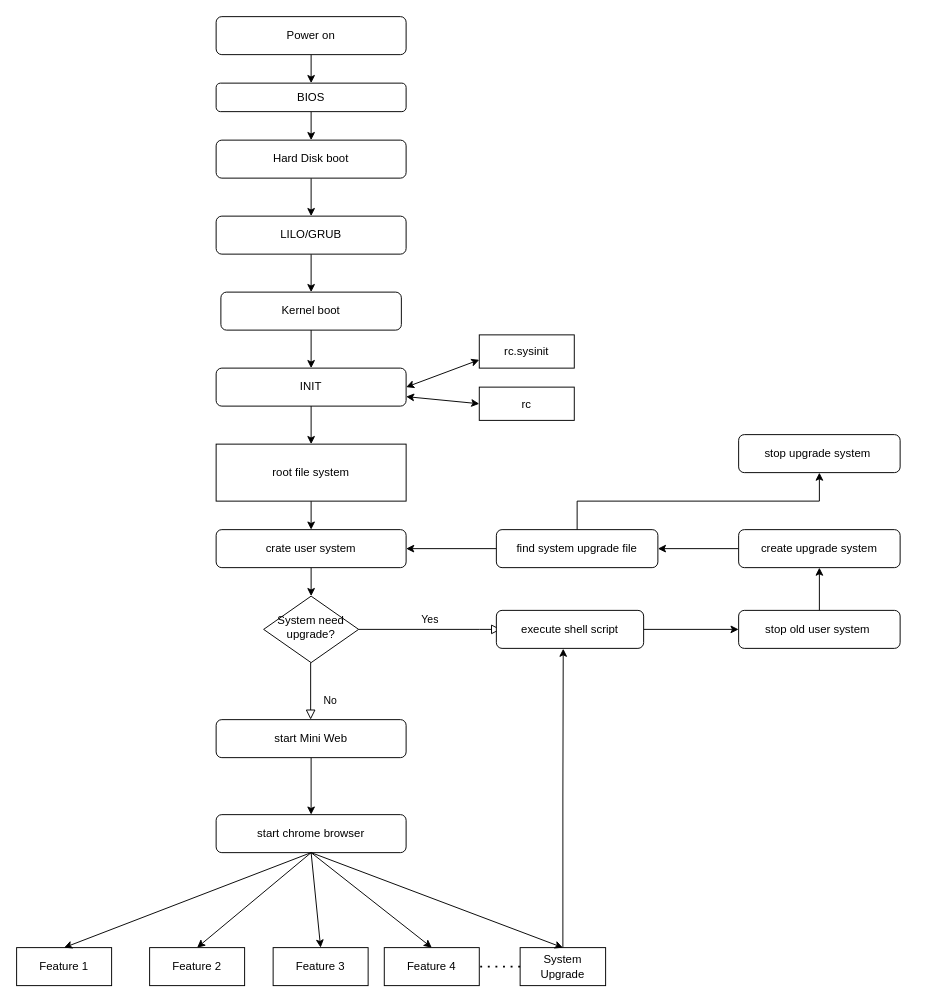
The draw.io diagram Untitled Diagram.drawio in UMkevin/LearnGitCode, before the edit. Source tidied: cells renumbered, new cells numbered last; positions are measured from the earlier drawing's top-left corner, leaving out a move shared by most shapes. Both pictures are drawn from the tidied source at 95%, with x=0, y=0 at pixel (16, 16).
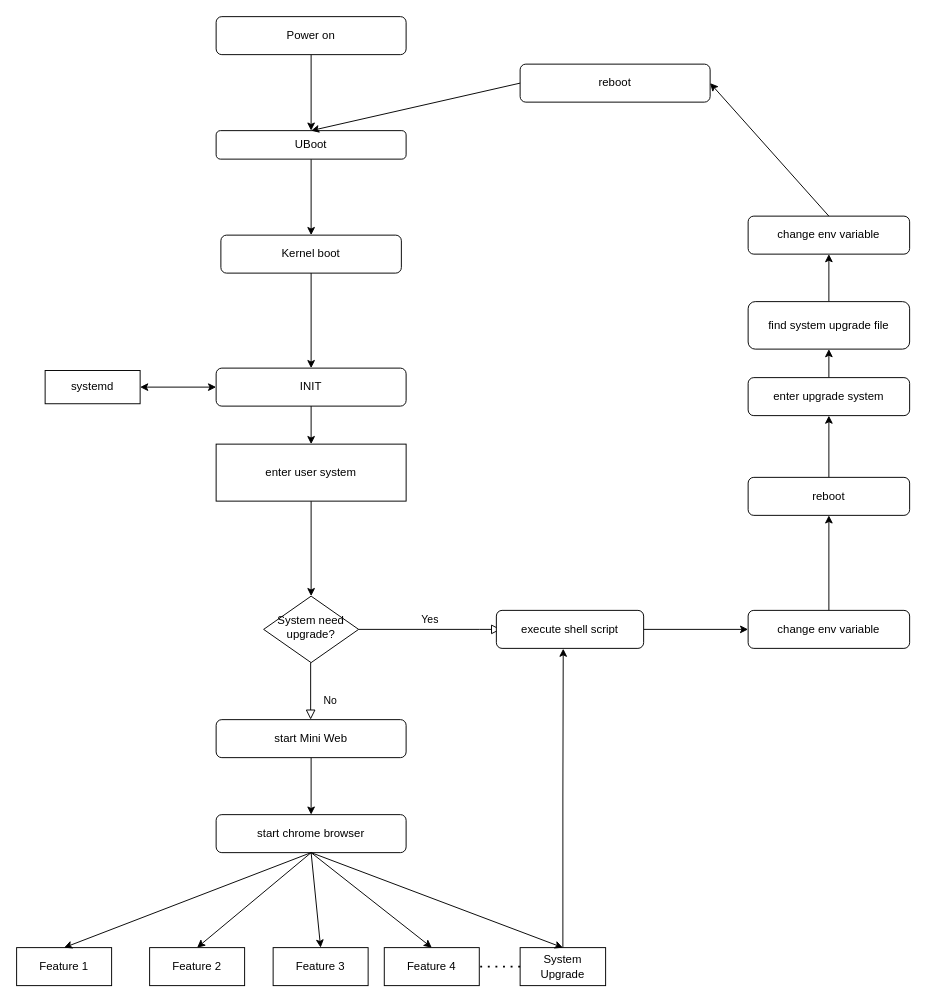
The same diagram, later.

The change refers to these unchanged cells:
```xml
<mxCell id="13" value="INIT" style="rounded=1;whiteSpace=wrap;html=1;" parent="1" vertex="1">
  <mxGeometry x="210" y="370" width="200" height="40" as="geometry" />
</mxCell>
<mxCell id="35" value="System need upgrade?" style="rhombus;whiteSpace=wrap;html=1;shadow=0;fontFamily=Helvetica;fontSize=12;align=center;strokeWidth=1;spacing=6;spacingTop=-4;" parent="1" vertex="1">
  <mxGeometry x="260" y="610" width="100" height="70" as="geometry" />
</mxCell>
```

What changed in the source:
```diff
@@
-    <mxCell id="4" style="edgeStyle=orthogonalEdgeStyle;rounded=0;jettySize=auto;html=1;exitX=0.5;exitY=1;exitDx=0;exitDy=0;entryX=0.5;entryY=0;entryDx=0;entryDy=0;" parent="1" edge="1" source="5" target="7">
-      <mxGeometry relative="1" as="geometry" />
-    </mxCell>
+    <mxCell id="50" style="edgeStyle=orthogonalEdgeStyle;rounded=0;jettySize=auto;html=1;exitX=0.5;exitY=1;exitDx=0;exitDy=0;entryX=0.5;entryY=0;entryDx=0;entryDy=0;" parent="1" edge="1" source="5" target="11">
+      <mxGeometry relative="1" as="geometry" />
+    </mxCell>
-    <mxCell id="5" value="BIOS" style="rounded=1;whiteSpace=wrap;html=1;" parent="1" vertex="1">
-      <mxGeometry x="210" y="70" width="200" height="30" as="geometry" />
+    <mxCell id="5" value="UBoot" style="rounded=1;whiteSpace=wrap;html=1;" parent="1" vertex="1">
+      <mxGeometry x="210" y="120" width="200" height="30" as="geometry" />
     </mxCell>
-    <mxCell id="6" style="edgeStyle=orthogonalEdgeStyle;rounded=0;jettySize=auto;html=1;exitX=0.5;exitY=1;exitDx=0;exitDy=0;entryX=0.5;entryY=0;entryDx=0;entryDy=0;" parent="1" edge="1" source="7" target="9">
-      <mxGeometry relative="1" as="geometry" />
-    </mxCell>
-    <mxCell id="7" value="Hard Disk boot" style="rounded=1;whiteSpace=wrap;html=1;" parent="1" vertex="1">
-      <mxGeometry x="210" y="130" width="200" height="40" as="geometry" />
-    </mxCell>
-    <mxCell id="8" style="edgeStyle=orthogonalEdgeStyle;rounded=0;jettySize=auto;html=1;exitX=0.5;exitY=1;exitDx=0;exitDy=0;" parent="1" edge="1" source="9" target="11">
-      <mxGeometry relative="1" as="geometry" />
-    </mxCell>
-    <mxCell id="9" value="LILO/GRUB" style="rounded=1;whiteSpace=wrap;html=1;" parent="1" vertex="1">
-      <mxGeometry x="210" y="210" width="200" height="40" as="geometry" />
-    </mxCell>
@@
     <mxCell id="11" value="Kernel boot" style="rounded=1;whiteSpace=wrap;html=1;" parent="1" vertex="1">
-      <mxGeometry x="215" y="290" width="190" height="40" as="geometry" />
+      <mxGeometry x="215" y="230" width="190" height="40" as="geometry" />
     </mxCell>
@@
-    <mxCell id="14" value="rc" style="rounded=0;whiteSpace=wrap;html=1;" parent="1" vertex="1">
-      <mxGeometry x="487" y="390" width="100" height="35" as="geometry" />
-    </mxCell>
-    <mxCell id="15" value="rc.sysinit" style="rounded=0;whiteSpace=wrap;html=1;" parent="1" vertex="1">
-      <mxGeometry x="487" y="335" width="100" height="35" as="geometry" />
+    <mxCell id="15" value="systemd" style="rounded=0;whiteSpace=wrap;html=1;" parent="1" vertex="1">
+      <mxGeometry x="30" y="372.5" width="100" height="35" as="geometry" />
     </mxCell>
-    <mxCell id="16" style="endArrow=classic;startArrow=classic;html=1;entryX=0;entryY=0.75;entryDx=0;entryDy=0;exitX=1;exitY=0.5;exitDx=0;exitDy=0;" parent="1" edge="1" source="13" target="15">
-      <mxGeometry relative="1" as="geometry" />
-    </mxCell>
-    <mxCell id="17" style="endArrow=classic;startArrow=classic;html=1;entryX=0;entryY=0.5;entryDx=0;entryDy=0;exitX=1;exitY=0.75;exitDx=0;exitDy=0;" parent="1" edge="1" source="13" target="14">
-      <mxGeometry relative="1" as="geometry" />
-    </mxCell>
@@
-    <mxCell id="33" style="edgeStyle=orthogonalEdgeStyle;rounded=0;jettySize=auto;html=1;exitX=0.5;exitY=1;exitDx=0;exitDy=0;entryX=0.5;entryY=0;entryDx=0;entryDy=0;" parent="1" edge="1" source="34" target="37">
+    <mxCell id="33" style="edgeStyle=orthogonalEdgeStyle;rounded=0;jettySize=auto;html=1;exitX=0.5;exitY=1;exitDx=0;exitDy=0;" parent="1" edge="1" source="34" target="35">
       <mxGeometry relative="1" as="geometry" />
     </mxCell>
-    <mxCell id="34" value="root file system" style="rounded=0;whiteSpace=wrap;html=1;" parent="1" vertex="1">
+    <mxCell id="34" value="enter user system" style="rounded=0;whiteSpace=wrap;html=1;" parent="1" vertex="1">
       <mxGeometry x="210" y="450" width="200" height="60" as="geometry" />
     </mxCell>
@@
-    <mxCell id="36" style="edgeStyle=orthogonalEdgeStyle;rounded=0;jettySize=auto;html=1;exitX=0.5;exitY=1;exitDx=0;exitDy=0;entryX=0.5;entryY=0;entryDx=0;entryDy=0;" parent="1" edge="1" source="37" target="35">
-      <mxGeometry relative="1" as="geometry" />
-    </mxCell>
-    <mxCell id="37" value="crate user system" style="rounded=1;whiteSpace=wrap;html=1;" parent="1" vertex="1">
-      <mxGeometry x="210" y="540" width="200" height="40" as="geometry" />
-    </mxCell>
@@
-    <mxCell id="43" value="stop old user system&amp;nbsp;" style="rounded=1;whiteSpace=wrap;html=1;" parent="1" vertex="1">
-      <mxGeometry x="760" y="625" width="170" height="40" as="geometry" />
+    <mxCell id="43" value="change env variable" style="rounded=1;whiteSpace=wrap;html=1;" parent="1" vertex="1">
+      <mxGeometry x="770" y="625" width="170" height="40" as="geometry" />
     </mxCell>
-    <mxCell id="44" style="edgeStyle=orthogonalEdgeStyle;rounded=0;jettySize=auto;html=1;exitX=0;exitY=0.5;exitDx=0;exitDy=0;" parent="1" edge="1" source="45" target="48">
+    <mxCell id="44" style="edgeStyle=orthogonalEdgeStyle;rounded=0;jettySize=auto;html=1;entryX=0.5;entryY=1;entryDx=0;entryDy=0;" parent="1" edge="1" source="45" target="48">
       <mxGeometry relative="1" as="geometry" />
     </mxCell>
-    <mxCell id="45" value="create upgrade system" style="rounded=1;whiteSpace=wrap;html=1;" parent="1" vertex="1">
-      <mxGeometry x="760" y="540" width="170" height="40" as="geometry" />
+    <mxCell id="45" value="reboot" style="rounded=1;whiteSpace=wrap;html=1;" parent="1" vertex="1">
+      <mxGeometry x="770" y="485" width="170" height="40" as="geometry" />
     </mxCell>
-    <mxCell id="46" style="edgeStyle=orthogonalEdgeStyle;rounded=0;jettySize=auto;html=1;exitX=0;exitY=0.5;exitDx=0;exitDy=0;entryX=1;entryY=0.5;entryDx=0;entryDy=0;" parent="1" edge="1" source="48" target="37">
-      <mxGeometry relative="1" as="geometry" />
-    </mxCell>
@@
-    <mxCell id="48" value="find system upgrade file" style="rounded=1;whiteSpace=wrap;html=1;" parent="1" vertex="1">
-      <mxGeometry x="505" y="540" width="170" height="40" as="geometry" />
+    <mxCell id="48" value="enter upgrade system" style="rounded=1;whiteSpace=wrap;html=1;" parent="1" vertex="1">
+      <mxGeometry x="770" y="380" width="170" height="40" as="geometry" />
     </mxCell>
+    <mxCell id="51" style="edgeStyle=orthogonalEdgeStyle;rounded=0;jettySize=auto;html=1;entryX=0.5;entryY=1;entryDx=0;entryDy=0;" parent="1" edge="1" source="49" target="52">
+      <mxGeometry relative="1" as="geometry" />
+    </mxCell>
-    <mxCell id="49" value="stop upgrade system&amp;nbsp;" style="rounded=1;whiteSpace=wrap;html=1;" parent="1" vertex="1">
-      <mxGeometry x="760" y="440" width="170" height="40" as="geometry" />
+    <mxCell id="49" value="find system upgrade file" style="rounded=1;whiteSpace=wrap;html=1;" parent="1" vertex="1">
+      <mxGeometry x="770" y="300" width="170" height="50" as="geometry" />
     </mxCell>
+    <mxCell id="52" value="change env variable" style="rounded=1;whiteSpace=wrap;html=1;" parent="1" vertex="1">
+      <mxGeometry x="770" y="210" width="170" height="40" as="geometry" />
+    </mxCell>
+    <mxCell id="53" style="endArrow=classic;startArrow=classic;html=1;entryX=0;entryY=0.5;entryDx=0;entryDy=0;" parent="1" edge="1" source="15" target="13">
+      <mxGeometry relative="1" as="geometry" />
+    </mxCell>
+    <mxCell id="54" value="reboot" style="rounded=1;whiteSpace=wrap;html=1;" parent="1" vertex="1">
+      <mxGeometry x="530" y="50" width="200" height="40" as="geometry" />
+    </mxCell>
+    <mxCell id="55" style="endArrow=classic;html=1;exitX=0;exitY=0.5;exitDx=0;exitDy=0;entryX=0.5;entryY=0;entryDx=0;entryDy=0;" parent="1" edge="1" source="54" target="5">
+      <mxGeometry relative="1" as="geometry" />
+    </mxCell>
+    <mxCell id="56" style="endArrow=classic;html=1;exitX=0.5;exitY=0;exitDx=0;exitDy=0;entryX=1;entryY=0.5;entryDx=0;entryDy=0;" parent="1" edge="1" source="52" target="54">
+      <mxGeometry relative="1" as="geometry" />
+    </mxCell>
```
